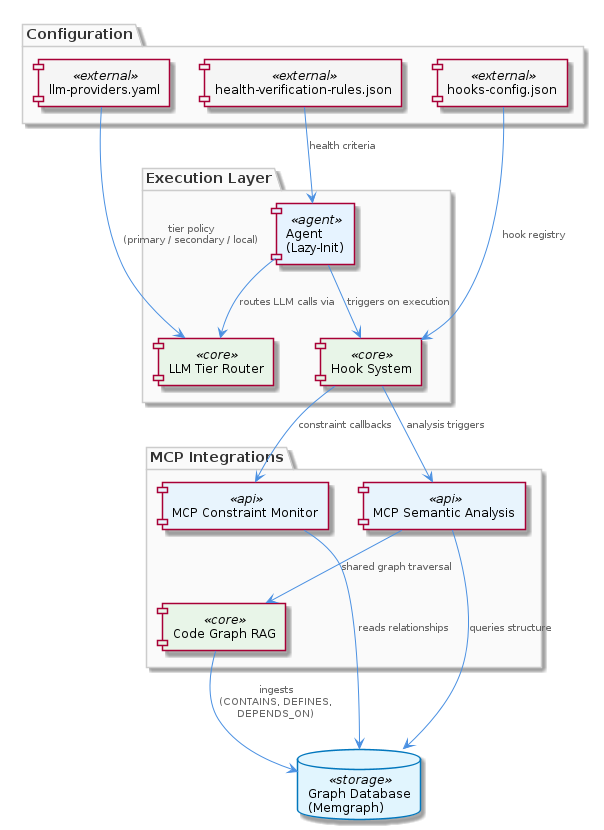
Before: knowledge-management/insights/images/coding-patterns-architecture.png, a diagram exported from PlantUML (fwornle/coding). Its source is kept beside it as .data/knowledge-graph/insights/puml/coding-patterns-architecture.puml.
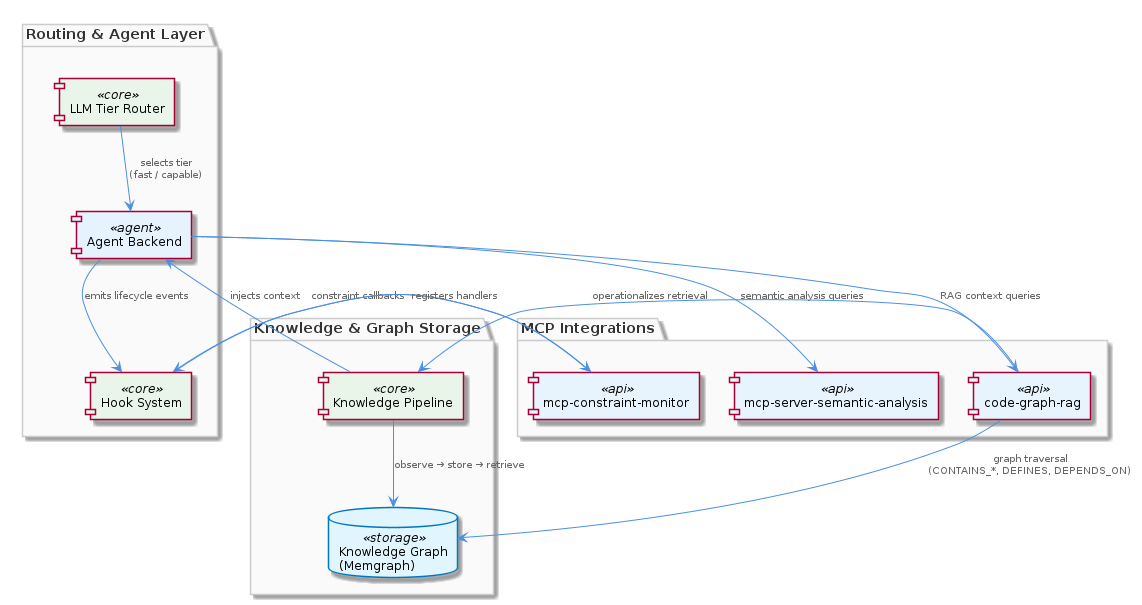
After the change.

Diff of the diagram source:
```diff
@@ -1,40 +1,32 @@
 @startuml
 !include /coding/docs/puml/_standard-style.puml
 
-package "Execution Layer" {
-  component "Agent\n(Lazy-Init)" as agent <<agent>>
-  component "Hook System" as hookSystem <<core>>
-  component "LLM Tier Router" as llmRouter <<core>>
-}
-
-package "Configuration" {
-  component "llm-providers.yaml" as llmConfig <<external>>
-  component "hooks-config.json" as hooksConfig <<external>>
-  component "health-verification-rules.json" as healthRules <<external>>
+package "Routing & Agent Layer" {
+  component "LLM Tier Router" as router <<core>>
+  component "Agent Backend" as agent <<agent>>
+  component "Hook System" as hooks <<core>>
 }
 
 package "MCP Integrations" {
-  component "MCP Constraint Monitor" as constraintMonitor <<api>>
-  component "MCP Semantic Analysis" as semanticAnalysis <<api>>
-  component "Code Graph RAG" as codeGraphRag <<core>>
+  component "mcp-constraint-monitor" as monitor <<api>>
+  component "mcp-server-semantic-analysis" as semantic <<api>>
+  component "code-graph-rag" as ragTool <<api>>
 }
 
-database "Graph Database\n(Memgraph)" as graphDB <<storage>>
+package "Knowledge & Graph Storage" {
+  database "Knowledge Graph\n(Memgraph)" as kg <<storage>>
+  component "Knowledge Pipeline" as pipeline <<core>>
+}
 
-llmConfig --> llmRouter : tier policy\n(primary / secondary / local)
-hooksConfig --> hookSystem : hook registry
-healthRules --> agent : health criteria
-
-agent --> llmRouter : routes LLM calls via
-agent --> hookSystem : triggers on execution
-
-hookSystem --> constraintMonitor : constraint callbacks
-hookSystem --> semanticAnalysis : analysis triggers
-
-codeGraphRag --> graphDB : ingests\n(CONTAINS, DEFINES,\nDEPENDS_ON)
-semanticAnalysis --> graphDB : queries structure
-constraintMonitor --> graphDB : reads relationships
-
-semanticAnalysis --> codeGraphRag : shared graph traversal
+router --> agent : "selects tier\n(fast / capable)"
+agent --> hooks : "emits lifecycle events"
+hooks --> monitor : "constraint callbacks"
+monitor --> hooks : "registers handlers"
+agent --> semantic : "semantic analysis queries"
+agent --> ragTool : "RAG context queries"
+ragTool --> kg : "graph traversal\n(CONTAINS_*, DEFINES, DEPENDS_ON)"
+pipeline --> kg : "observe → store → retrieve"
+pipeline --> agent : "injects context"
+ragTool --> pipeline : "operationalizes retrieval"
 
 @enduml
```
